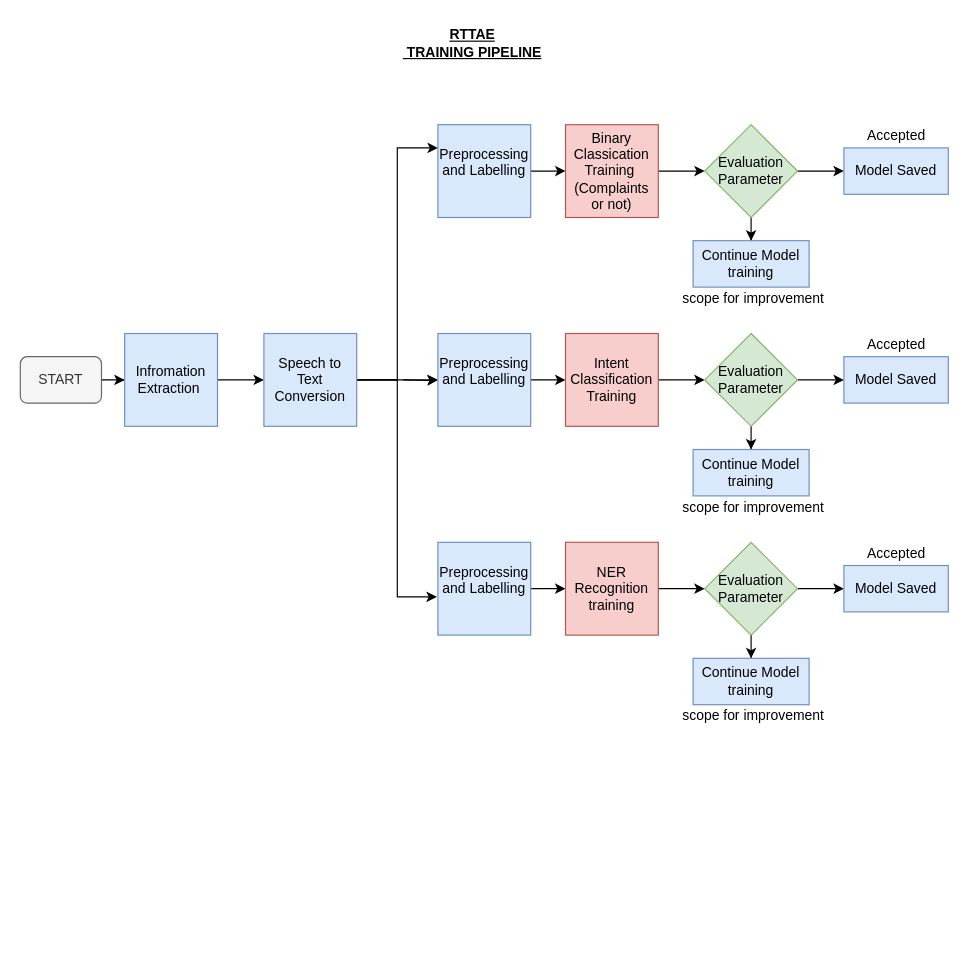
arjunKumbakkara/AI_ML_Architectures keeps this draw.io diagram as RTTAE_Training_pipeline.drawio. Above is the earlier version. Source tidied: cells renumbered, new cells numbered last; positions are measured from the earlier drawing's top-left corner, leaving out a move shared by most shapes. Both pictures are drawn from the tidied source at 116%, with x=0, y=0 at pixel (20, 31).
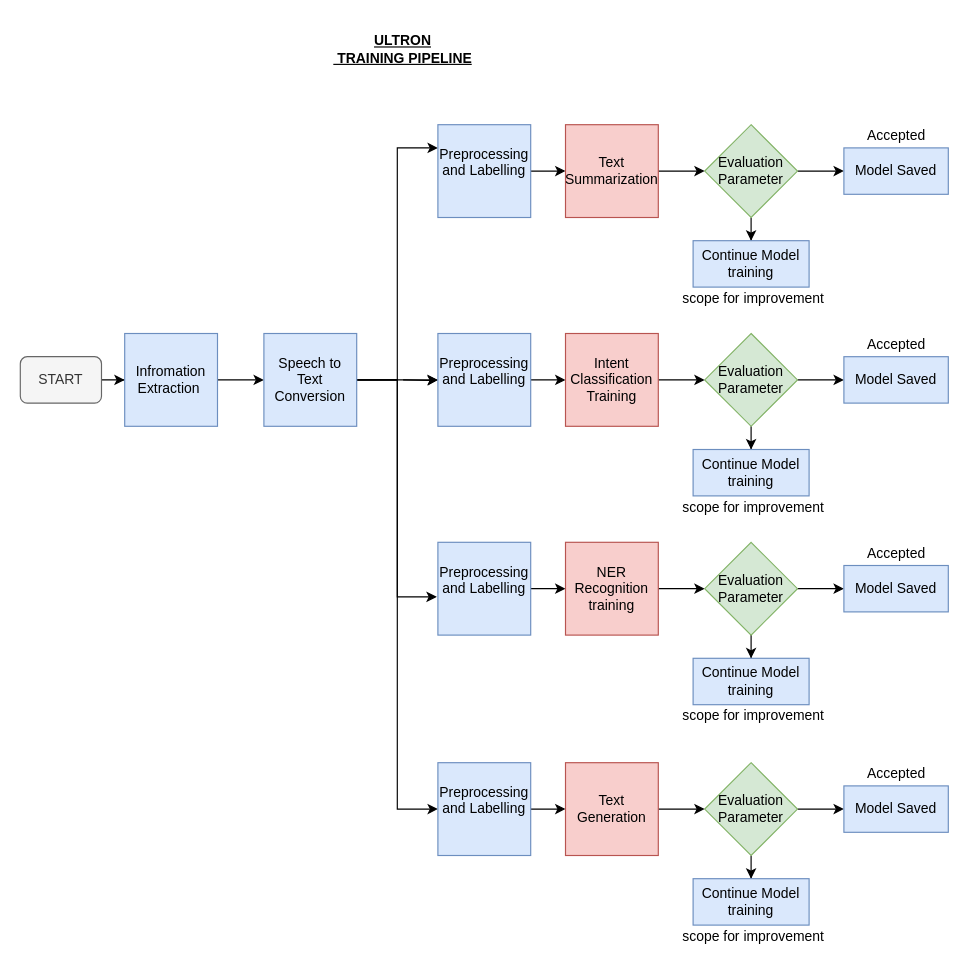
The same diagram, later.

Unchanged cells that the change refers to:
```xml
<mxCell id="10" value="Speech to Text Conversion" style="whiteSpace=wrap;html=1;fillColor=#dae8fc;strokeColor=#6c8ebf;" parent="1" vertex="1">
  <mxGeometry x="210" y="260" width="80" height="80" as="geometry" />
</mxCell>
```

What changed in the source:
```diff
@@
-    <mxCell id="2" value="&lt;b&gt;&lt;u&gt;RTTAE&lt;br&gt;&amp;nbsp;TRAINING PIPELINE&lt;/u&gt;&lt;/b&gt;" style="text;html=1;strokeColor=none;fillColor=none;align=center;verticalAlign=middle;whiteSpace=wrap;rounded=0;" parent="1" vertex="1">
-      <mxGeometry x="320" width="140" height="20" as="geometry" />
+    <mxCell id="2" value="&lt;b&gt;&lt;u&gt;ULTRON&lt;br&gt;&amp;nbsp;TRAINING PIPELINE&lt;/u&gt;&lt;/b&gt;" style="text;html=1;strokeColor=none;fillColor=none;align=center;verticalAlign=middle;whiteSpace=wrap;rounded=0;" parent="1" vertex="1">
+      <mxGeometry x="140" y="-10" width="380" height="50" as="geometry" />
     </mxCell>
@@
+    <mxCell id="45" style="edgeStyle=orthogonalEdgeStyle;rounded=0;jettySize=auto;html=1;entryX=0;entryY=0.5;entryDx=0;entryDy=0;" parent="1" edge="1" source="10" target="47">
+      <mxGeometry relative="1" as="geometry" />
+    </mxCell>
@@
-    <mxCell id="14" value="Binary Classication Training&amp;nbsp;&lt;br&gt;(Complaints or not)" style="whiteSpace=wrap;html=1;fillColor=#f8cecc;strokeColor=#b85450;" parent="1" vertex="1">
+    <mxCell id="14" value="Text Summarization" style="whiteSpace=wrap;html=1;fillColor=#f8cecc;strokeColor=#b85450;" parent="1" vertex="1">
       <mxGeometry x="470" y="80" width="80" height="80" as="geometry" />
     </mxCell>
@@
+    <mxCell id="46" style="edgeStyle=orthogonalEdgeStyle;rounded=0;jettySize=auto;html=1;" parent="1" edge="1" source="47" target="49">
+      <mxGeometry relative="1" as="geometry" />
+    </mxCell>
+    <mxCell id="47" value="Preprocessing and Labelling&lt;span style=&quot;color: rgba(0 , 0 , 0 , 0) ; font-family: monospace ; font-size: 0px&quot;&gt;%3CmxGraphModel%3E%3Croot%3E%3CmxCell%20id%3D%220%22%2F%3E%3CmxCell%20id%3D%221%22%20parent%3D%220%22%2F%3E%3CmxCell%20id%3D%222%22%20value%3D%22Speech%20to%20Text%20Conversion%26lt%3Bspan%20style%3D%26quot%3Bcolor%3A%20rgba(0%20%2C%200%20%2C%200%20%2C%200)%20%3B%20font-family%3A%20monospace%20%3B%20font-size%3A%200px%26quot%3B%26gt%3B%253CmxGraphModel%253E%253Croot%253E%253CmxCell%2520id%253D%25220%2522%252F%253E%253CmxCell%2520id%253D%25221%2522%2520parent%253D%25220%2522%252F%253E%253CmxCell%2520id%253D%25222%2522%2520value%253D%2522START%2522%2520style%253D%2522rounded%253D1%253BwhiteSpace%253Dwrap%253Bhtml%253D1%253B%2522%2520vertex%253D%25221%2522%2520parent%253D%25221%2522%253E%253CmxGeometry%2520x%253D%2522140%2522%2520y%253D%2522370%2522%2520width%253D%252270%2522%2520height%253D%252240%2522%2520as%253D%2522geometry%2522%252F%253E%253C%252FmxCell%253E%253C%252Froot%253E%253C%252FmxGraphModel%253E%26lt%3B%2Fspan%26gt%3B%22%20style%3D%22whiteSpace%3Dwrap%3Bhtml%3D1%3Baspect%3Dfixed%3B%22%20vertex%3D%221%22%20parent%3D%221%22%3E%3CmxGeometry%20x%3D%22360%22%20y%3D%22350%22%20width%3D%2280%22%20height%3D%2280%22%20as%3D%22geometry%22%2F%3E%3C%2FmxCell%3E%3C%2Froot%3E%3C%2FmxGraphModel%3E&lt;br&gt;a&lt;/span&gt;" style="whiteSpace=wrap;html=1;fillColor=#dae8fc;strokeColor=#6c8ebf;" parent="1" vertex="1">
+      <mxGeometry x="360" y="630" width="80" height="80" as="geometry" />
+    </mxCell>
+    <mxCell id="48" style="edgeStyle=orthogonalEdgeStyle;rounded=0;jettySize=auto;html=1;" parent="1" edge="1" source="49">
+      <mxGeometry relative="1" as="geometry">
+        <mxPoint x="590" y="670" as="targetPoint" />
+      </mxGeometry>
+    </mxCell>
+    <mxCell id="49" value="Text Generation&lt;br&gt;" style="whiteSpace=wrap;html=1;fillColor=#f8cecc;strokeColor=#b85450;" parent="1" vertex="1">
+      <mxGeometry x="470" y="630" width="80" height="80" as="geometry" />
+    </mxCell>
+    <mxCell id="50" style="edgeStyle=orthogonalEdgeStyle;rounded=0;jettySize=auto;html=1;" parent="1" edge="1" source="52" target="53">
+      <mxGeometry relative="1" as="geometry" />
+    </mxCell>
+    <mxCell id="51" style="edgeStyle=orthogonalEdgeStyle;rounded=0;jettySize=auto;html=1;" parent="1" edge="1" source="52" target="54">
+      <mxGeometry relative="1" as="geometry" />
+    </mxCell>
+    <mxCell id="52" value="&lt;span&gt;Evaluation Parameter&lt;/span&gt;" style="rhombus;whiteSpace=wrap;html=1;fillColor=#d5e8d4;strokeColor=#82b366;" parent="1" vertex="1">
+      <mxGeometry x="590" y="630" width="80" height="80" as="geometry" />
+    </mxCell>
+    <mxCell id="53" value="Model Saved" style="whiteSpace=wrap;html=1;fillColor=#dae8fc;strokeColor=#6c8ebf;" parent="1" vertex="1">
+      <mxGeometry x="710" y="650" width="90" height="40" as="geometry" />
+    </mxCell>
+    <mxCell id="54" value="Continue Model training" style="whiteSpace=wrap;html=1;fillColor=#dae8fc;strokeColor=#6c8ebf;" parent="1" vertex="1">
+      <mxGeometry x="580" y="730" width="100" height="40" as="geometry" />
+    </mxCell>
+    <mxCell id="55" value="Accepted" style="text;html=1;align=center;verticalAlign=middle;strokeColor=none;" parent="1" vertex="1">
+      <mxGeometry x="720" y="630" width="70" height="20" as="geometry" />
+    </mxCell>
+    <mxCell id="56" value="&amp;nbsp; &amp;nbsp; scope for improvement" style="text;html=1;align=center;verticalAlign=middle;strokeColor=none;" parent="1" vertex="1">
+      <mxGeometry x="550" y="770" width="150" height="20" as="geometry" />
+    </mxCell>
```
